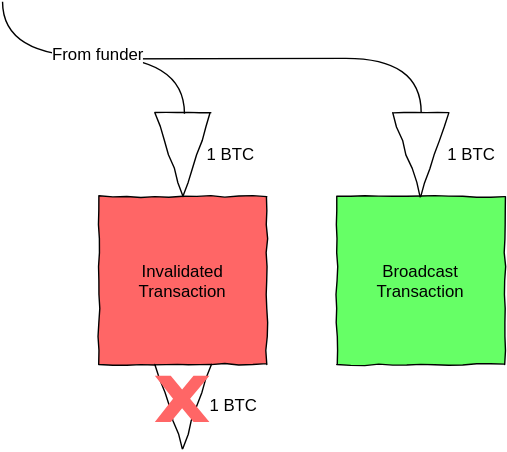
This is Transaction_Types4.svg from PayChan/bitcoin-payment-channels-taxonomy, a draw.io export, as it was before one commit. Source tidied: cells renumbered, new cells last; positions are measured from the earlier drawing's top-left corner, leaving out a move shared by most shapes. Source of this version:
```xml
<mxGraphModel background="#ffffff">
  <root>
    <mxCell id="0" />
    <mxCell id="1" parent="0" />
    <mxCell id="2" style="endArrow=none;html=1;edgeStyle=orthogonalEdgeStyle;endFill=0;curved=1;entryX=0;entryY=0.5;" parent="1" edge="1" target="13">
      <mxGeometry x="658" y="2818" as="geometry">
        <mxPoint x="44.5" y="40.7" as="sourcePoint" />
        <Array as="points">
          <mxPoint x="190" y="40" />
          <mxPoint x="299" y="40" />
        </Array>
      </mxGeometry>
    </mxCell>
    <mxCell id="3" value="Invalidated Transaction" style="whiteSpace=wrap;html=1;comic=1;plain-green;gradientColor=none;fillColor=#FF6666;strokeColor=#000000;" parent="1" vertex="1">
      <mxGeometry x="70" y="139" width="120" height="120" as="geometry" />
    </mxCell>
    <mxCell id="4" style="triangle;whiteSpace=wrap;html=1;comic=1;rotation=90;" parent="1" vertex="1">
      <mxGeometry x="100" y="89" width="60" height="40" as="geometry" />
    </mxCell>
    <mxCell id="5" style="triangle;whiteSpace=wrap;html=1;comic=1;rotation=90;" parent="1" vertex="1">
      <mxGeometry x="100" y="269" width="60" height="40" as="geometry" />
    </mxCell>
    <mxCell id="6" style="endArrow=none;html=1;edgeStyle=orthogonalEdgeStyle;entryX=0;entryY=0.5;endFill=0;curved=1;exitX=1;exitY=0.5;" parent="1" edge="1">
      <mxGeometry x="453" y="2849" as="geometry">
        <mxPoint x="1.2" y="-0.2" as="sourcePoint" />
        <mxPoint x="131.2" y="79.8" as="targetPoint" />
        <Array as="points">
          <mxPoint y="39" />
          <mxPoint x="130" y="39" />
        </Array>
      </mxGeometry>
    </mxCell>
    <mxCell id="7" value="From funder" style="text;html=1;align=center;verticalAlign=middle;labelBackgroundColor=#ffffff;" parent="6" vertex="1">
      <mxGeometry relative="1" as="geometry">
        <mxPoint x="2" y="-2" as="offset" />
      </mxGeometry>
    </mxCell>
    <mxCell id="8" value="From funder" style="text;html=1;align=center;verticalAlign=middle;labelBackgroundColor=#ffffff;" parent="1" vertex="1">
      <mxGeometry x="69" y="37" as="geometry">
        <mxPoint x="2" y="-2" as="offset" />
      </mxGeometry>
    </mxCell>
    <mxCell id="9" value="1 BTC" style="text;html=1;strokeColor=none;fillColor=none;align=center;verticalAlign=middle;whiteSpace=wrap;overflow=hidden;comic=1;" parent="1" vertex="1">
      <mxGeometry x="143" y="88" width="42" height="39" as="geometry" />
    </mxCell>
    <mxCell id="10" value="1 BTC" style="text;html=1;strokeColor=none;fillColor=none;align=center;verticalAlign=middle;whiteSpace=wrap;overflow=hidden;comic=1;" parent="1" vertex="1">
      <mxGeometry x="142" y="268" width="48" height="39" as="geometry" />
    </mxCell>
    <mxCell id="11" style="verticalLabelPosition=bottom;verticalAlign=top;html=1;strokeWidth=2;shape=mxgraph.basic.x;fillColor=#FF6666;strokeColor=none;" parent="1" vertex="1">
      <mxGeometry x="110" y="267" width="39" height="33" as="geometry" />
    </mxCell>
    <mxCell id="12" value="Broadcast Transaction" style="whiteSpace=wrap;html=1;comic=1;fillColor=#66FF66;" parent="1" vertex="1">
      <mxGeometry x="240" y="139" width="120" height="120" as="geometry" />
    </mxCell>
    <mxCell id="13" style="triangle;whiteSpace=wrap;html=1;comic=1;rotation=90;" parent="1" vertex="1">
      <mxGeometry x="270" y="89" width="60" height="40" as="geometry" />
    </mxCell>
    <mxCell id="14" value="1 BTC" style="text;html=1;strokeColor=none;fillColor=none;align=center;verticalAlign=middle;whiteSpace=wrap;overflow=hidden;comic=1;" parent="1" vertex="1">
      <mxGeometry x="315" y="88" width="42" height="39" as="geometry" />
    </mxCell>
  </root>
</mxGraphModel>
```
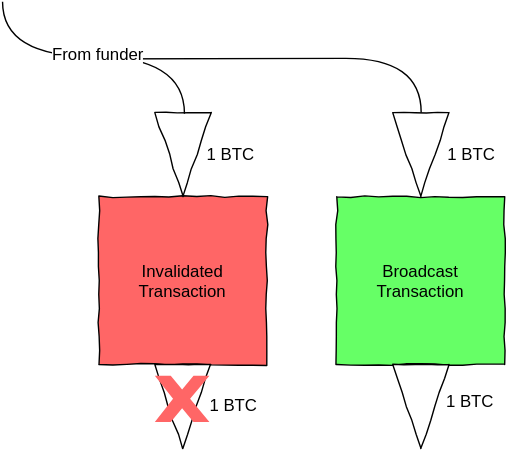
After the change.

The edit, as a diff of the source:
```diff
@@ -58,5 +58,11 @@
     <mxCell id="14" value="1 BTC" style="text;html=1;strokeColor=none;fillColor=none;align=center;verticalAlign=middle;whiteSpace=wrap;overflow=hidden;comic=1;" parent="1" vertex="1">
       <mxGeometry x="315" y="88" width="42" height="39" as="geometry" />
     </mxCell>
+    <mxCell id="15" style="triangle;whiteSpace=wrap;html=1;comic=1;rotation=90;" parent="1" vertex="1">
+      <mxGeometry x="270" y="269" width="60" height="40" as="geometry" />
+    </mxCell>
+    <mxCell id="16" value="1 BTC" style="text;html=1;strokeColor=none;fillColor=none;align=center;verticalAlign=middle;whiteSpace=wrap;overflow=hidden;comic=1;" parent="1" vertex="1">
+      <mxGeometry x="311" y="266" width="48" height="39" as="geometry" />
+    </mxCell>
   </root>
 </mxGraphModel>
```
